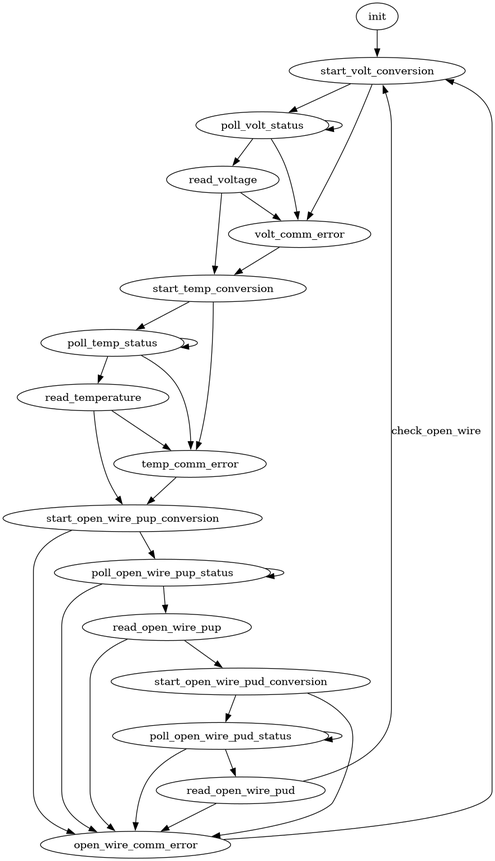
This is assets/bms-monitor-fsm/bms-monitor-fsm.png from eagletrt/hv-bms-cellboard-sw, a Graphviz export, as it was before one commit. Its source is kept beside it as assets/bms-monitor-fsm/bms-monitor-fsm.dot.
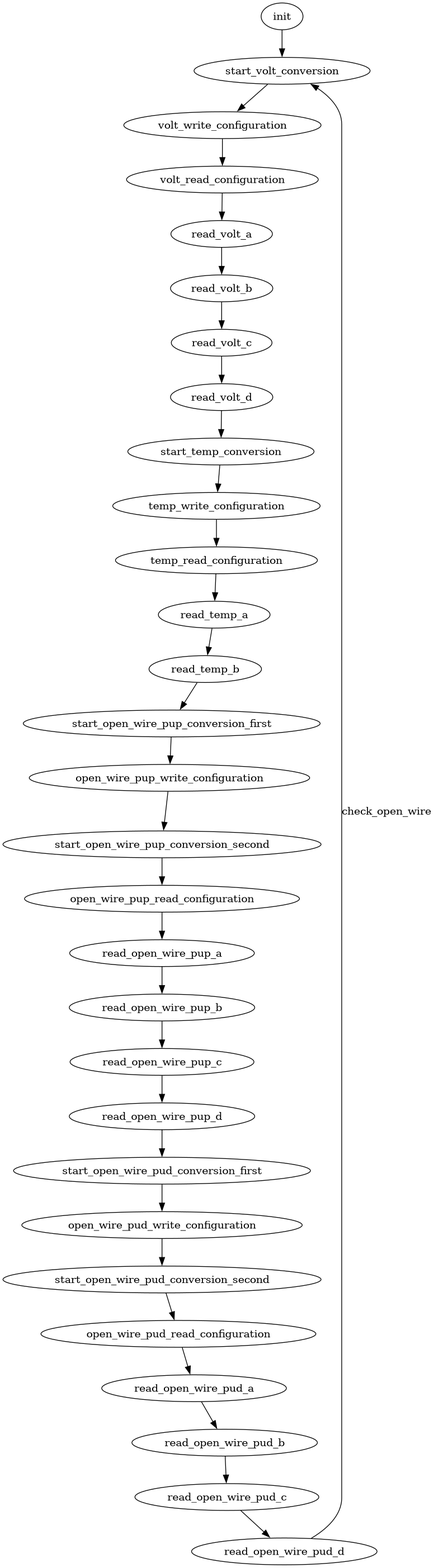
Later version of the same file.

Commit message:
fix(bms-monitor): slow voltage readings from the LTC

Change to the diagram source:
```diff
@@ -4,81 +4,42 @@
     center=true
     concentrate=false
 
-    /* Initialization */
-    init
-
-    /* Read voltages */
-    start_volt_conversion
-    poll_volt_status
-    read_voltage
-    volt_comm_error
-
-    /* Read temperatures */
-    start_temp_conversion
-    poll_temp_status
-    read_temperature
-    temp_comm_error
-
-    /* Open wire */
-    start_open_wire_pup_conversion
-    poll_open_wire_pup_status
-    read_open_wire_pup
-    start_open_wire_pud_conversion
-    poll_open_wire_pud_status
-    read_open_wire_pud
-    open_wire_comm_error
 
     /* Initialization */
     init -> start_volt_conversion
 
     /* Read voltages */
-    start_volt_conversion -> poll_volt_status
-    start_volt_conversion -> volt_comm_error
-
-    poll_volt_status -> read_voltage
-    poll_volt_status -> poll_volt_status
-    poll_volt_status -> volt_comm_error
-
-    read_voltage -> start_temp_conversion
-    read_voltage -> volt_comm_error
-
-    volt_comm_error -> start_temp_conversion
+    start_volt_conversion -> volt_write_configuration
+    volt_write_configuration -> volt_read_configuration
+    volt_read_configuration -> read_volt_a
+    read_volt_a -> read_volt_b
+    read_volt_b -> read_volt_c
+    read_volt_c -> read_volt_d
+    read_volt_d -> start_temp_conversion
 
     /* Read temperatures */
-    start_temp_conversion -> poll_temp_status
-    start_temp_conversion -> temp_comm_error
-
-    poll_temp_status -> read_temperature
-    poll_temp_status -> poll_temp_status
-    poll_temp_status -> temp_comm_error
-
-    read_temperature -> start_open_wire_pup_conversion
-    read_temperature -> temp_comm_error
-
-    temp_comm_error -> start_open_wire_pup_conversion
+    start_temp_conversion -> temp_write_configuration
+    temp_write_configuration -> temp_read_configuration
+    temp_read_configuration -> read_temp_a
+    read_temp_a -> read_temp_b
+    read_temp_b -> start_open_wire_pup_conversion_first
 
     /* Open wire */
-    start_open_wire_pup_conversion -> poll_open_wire_pup_status
-    start_open_wire_pup_conversion -> open_wire_comm_error
+    start_open_wire_pup_conversion_first -> open_wire_pup_write_configuration
+    open_wire_pup_write_configuration -> start_open_wire_pup_conversion_second
+    start_open_wire_pup_conversion_second -> open_wire_pup_read_configuration
+    open_wire_pup_read_configuration -> read_open_wire_pup_a
+    read_open_wire_pup_a -> read_open_wire_pup_b
+    read_open_wire_pup_b -> read_open_wire_pup_c
+    read_open_wire_pup_c -> read_open_wire_pup_d
+    read_open_wire_pup_d -> start_open_wire_pud_conversion_first
 
-    poll_open_wire_pup_status -> start_open_wire_pup_conversion
-    poll_open_wire_pup_status -> read_open_wire_pup
-    poll_open_wire_pup_status -> poll_open_wire_pup_status
-    poll_open_wire_pup_status -> open_wire_comm_error
-
-    read_open_wire_pup -> start_open_wire_pud_conversion
-    read_open_wire_pup -> open_wire_comm_error
-
-    start_open_wire_pud_conversion -> poll_open_wire_pud_status
-    start_open_wire_pud_conversion -> open_wire_comm_error
-
-    poll_open_wire_pud_status -> start_open_wire_pud_conversion
-    poll_open_wire_pud_status -> read_open_wire_pud
-    poll_open_wire_pud_status -> poll_open_wire_pud_status
-    poll_open_wire_pud_status -> open_wire_comm_error
-
-    read_open_wire_pud -> start_volt_conversion [label="check_open_wire"]
-    read_open_wire_pud -> open_wire_comm_error
-
-    open_wire_comm_error -> start_volt_conversion
+    start_open_wire_pud_conversion_first -> open_wire_pud_write_configuration
+    open_wire_pud_write_configuration -> start_open_wire_pud_conversion_second
+    start_open_wire_pud_conversion_second -> open_wire_pud_read_configuration
+    open_wire_pud_read_configuration -> read_open_wire_pud_a
+    read_open_wire_pud_a -> read_open_wire_pud_b
+    read_open_wire_pud_b -> read_open_wire_pud_c
+    read_open_wire_pud_c -> read_open_wire_pud_d
+    read_open_wire_pud_d -> start_volt_conversion [label="check_open_wire"]
 }
```
